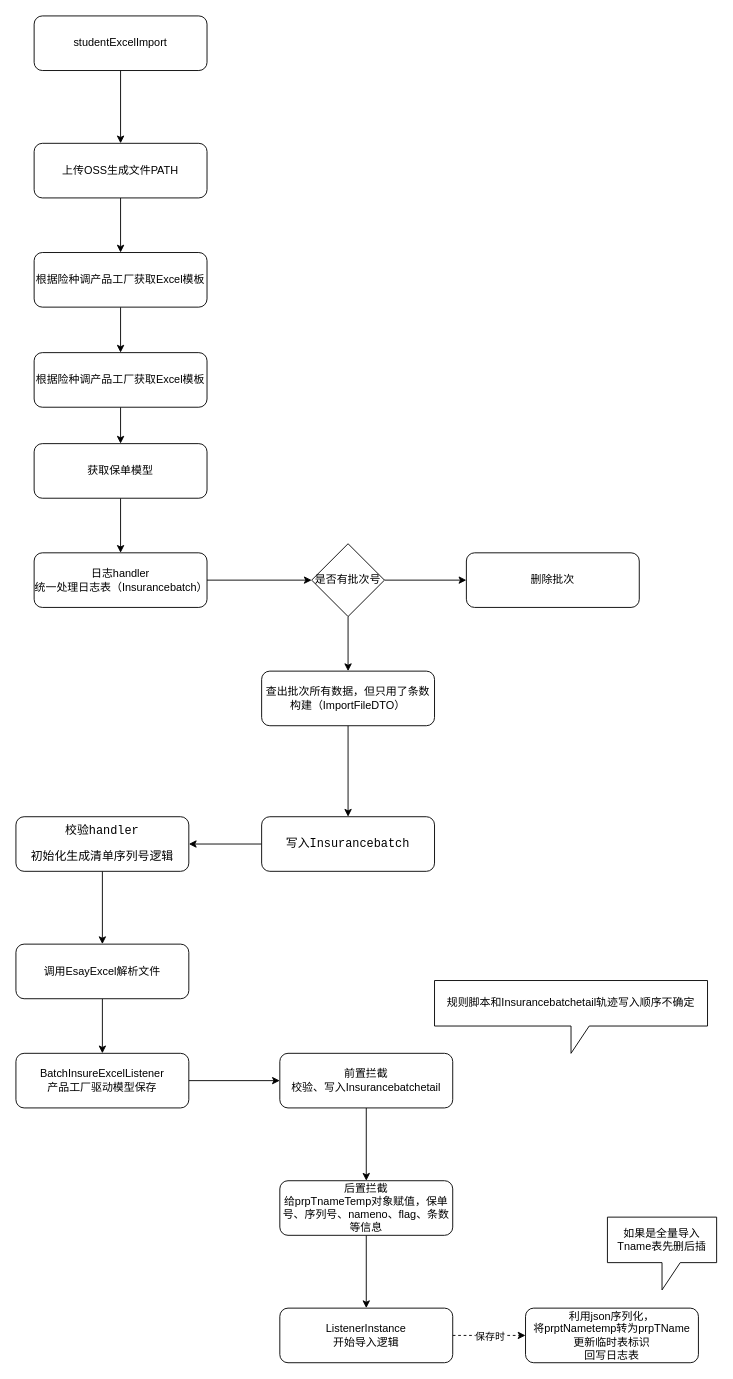
The draw.io diagram page "第 1 页" (1 of 2) of 1701清单上传流程图.drawio in java-zengguang/images, before the edit. Source tidied: cells renumbered, new cells numbered last; positions are measured from the earlier drawing's top-left corner, leaving out a move shared by most shapes. Both pictures are drawn from the tidied source at 91%, with x=0, y=0 at pixel (15, 15).
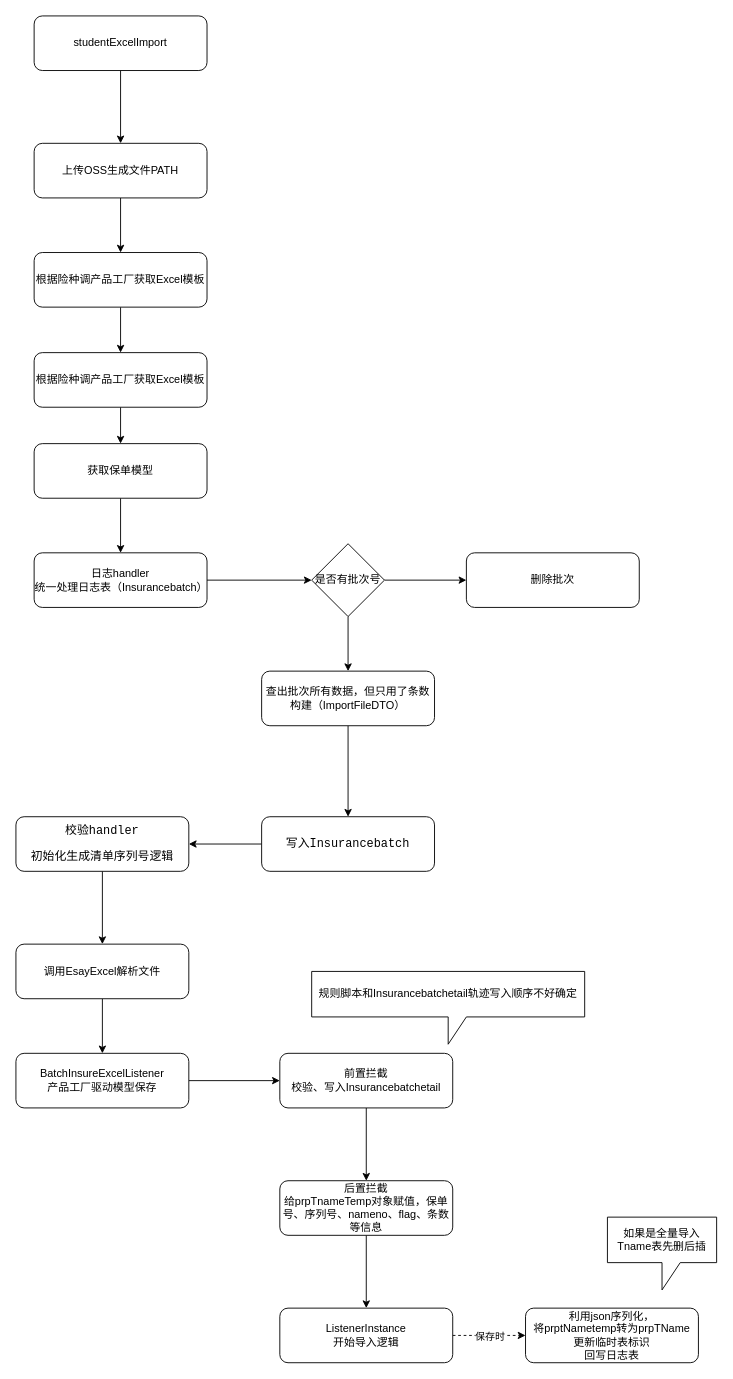
Above is the later version.

Commit message:
更新1701清单上传流程图.drawio

Diff of the diagram source:
```diff
@@
-    <mxCell id="37" value="规则脚本和Insurancebatchetail轨迹写入顺序不确定" style="shape=callout;whiteSpace=wrap;html=1;perimeter=calloutPerimeter;" parent="1" vertex="1">
-      <mxGeometry x="460" y="1060" width="300" height="80" as="geometry" />
+    <mxCell id="37" value="规则脚本和Insurancebatchetail轨迹写入顺序不好确定" style="shape=callout;whiteSpace=wrap;html=1;perimeter=calloutPerimeter;" parent="1" vertex="1">
+      <mxGeometry x="325" y="1050" width="300" height="80" as="geometry" />
     </mxCell>
```
